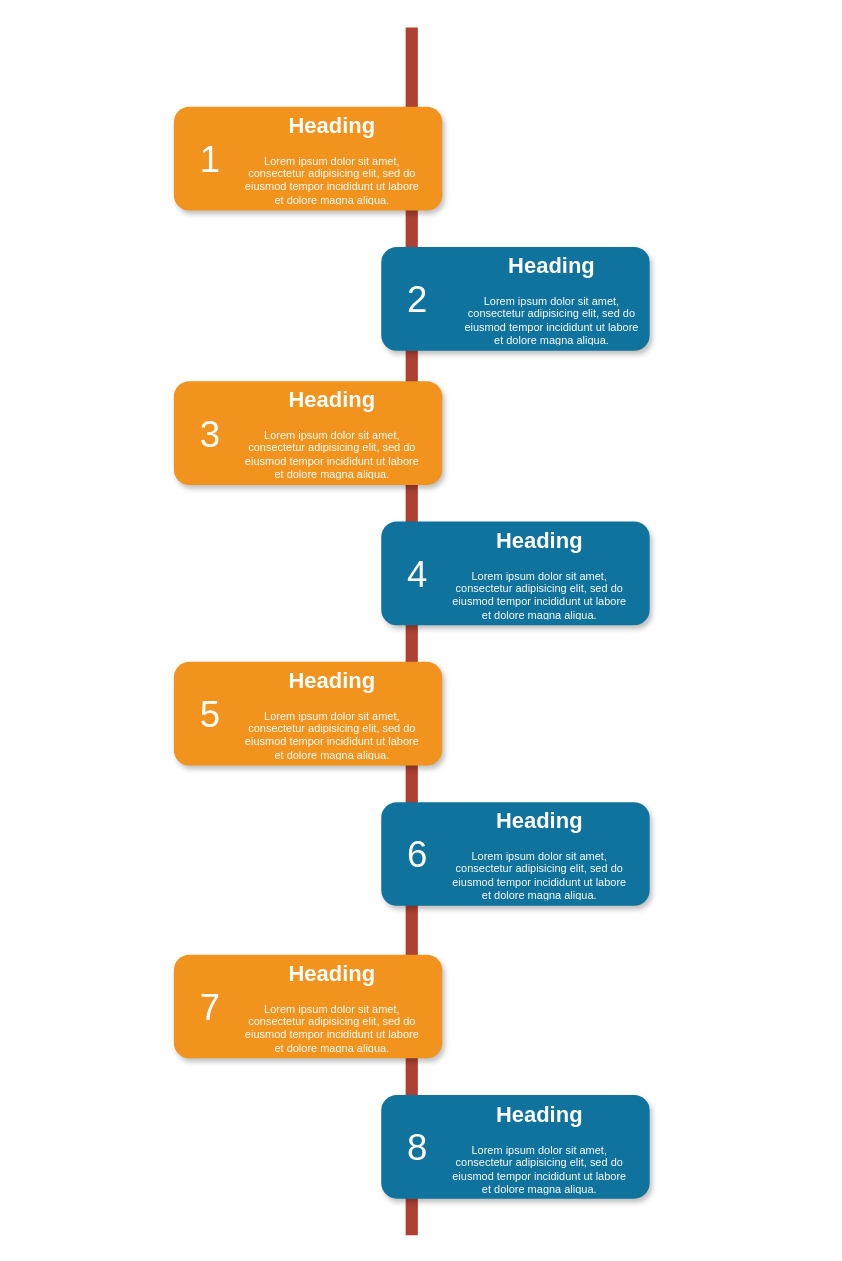
The draw.io diagram Diagrama sin título.drawio in kiloZ333/kiloZ333, before the edit. Source tidied: cells renumbered, new cells numbered last; positions are measured from the earlier drawing's top-left corner, leaving out a move shared by most shapes. Both pictures are drawn from the tidied source at 122%, with x=0, y=0 at pixel (173, 27).
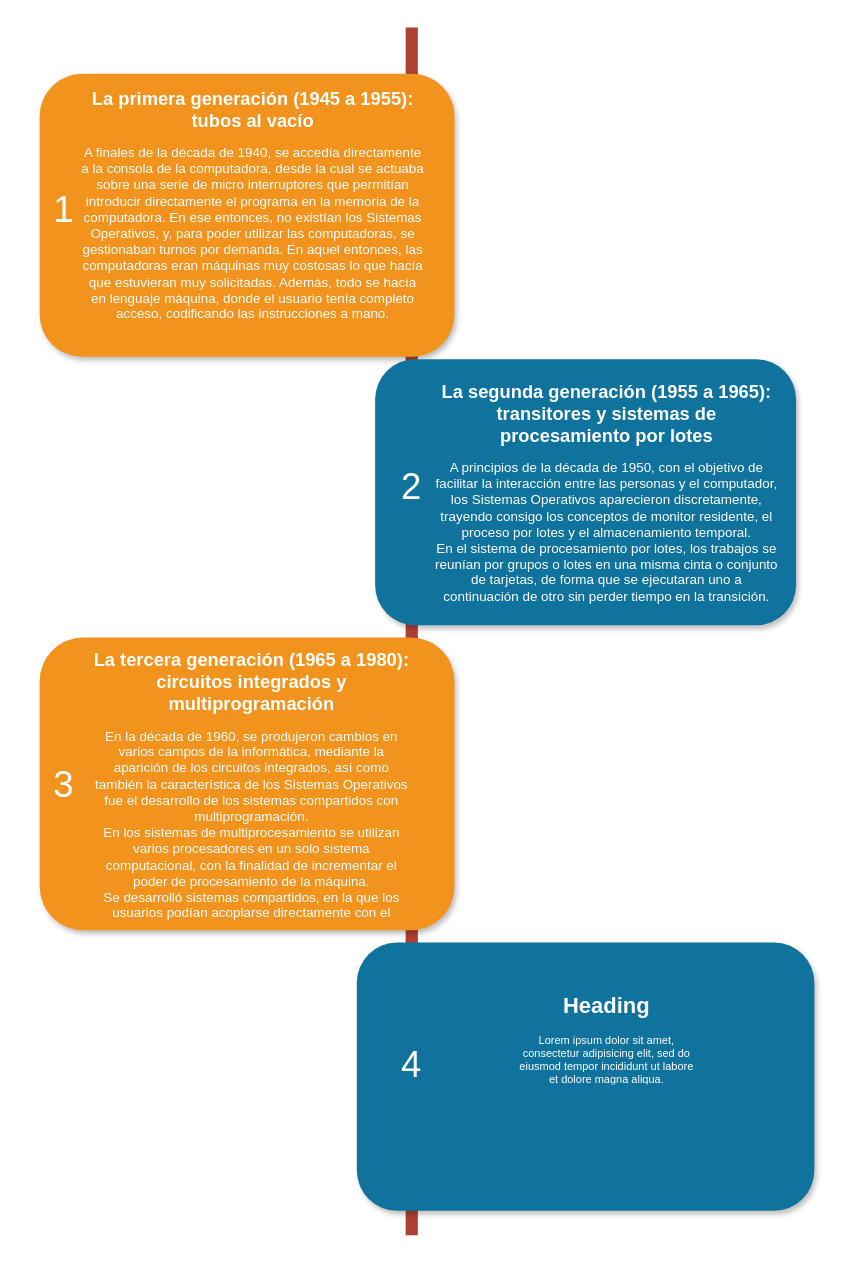
Above is the later version.

Diff of the diagram source:
```diff
@@
     <mxCell id="3" style="rounded=1;whiteSpace=wrap;html=1;strokeColor=none;strokeWidth=1;fillColor=#F2931E;fontSize=13;fontColor=#FFFFFF;align=center;gradientColor=none;gradientDirection=east;verticalAlign=top;shadow=1;" parent="1" vertex="1">
-      <mxGeometry y="65" width="220" height="85" as="geometry" />
+      <mxGeometry x="-110" y="38" width="340" height="232" as="geometry" />
     </mxCell>
     <mxCell id="4" value="1" style="text;html=1;strokeColor=none;fillColor=none;align=center;verticalAlign=middle;whiteSpace=wrap;fontSize=30;fontColor=#FFFFFF;" parent="1" vertex="1">
-      <mxGeometry x="10" y="98" width="40" height="20" as="geometry" />
+      <mxGeometry x="-110" y="139" width="40" height="20" as="geometry" />
     </mxCell>
     <mxCell id="5" style="rounded=1;whiteSpace=wrap;html=1;strokeColor=none;strokeWidth=1;fillColor=#10739E;fontSize=13;fontColor=#FFFFFF;align=center;gradientColor=none;gradientDirection=east;verticalAlign=top;shadow=1;" parent="1" vertex="1">
-      <mxGeometry x="170" y="180" width="220" height="85" as="geometry" />
+      <mxGeometry x="165" y="272" width="345" height="218" as="geometry" />
     </mxCell>
     <mxCell id="6" value="2" style="text;html=1;strokeColor=none;fillColor=none;align=center;verticalAlign=middle;whiteSpace=wrap;fontSize=30;fontColor=#FFFFFF;" parent="1" vertex="1">
-      <mxGeometry x="180" y="213" width="40" height="20" as="geometry" />
+      <mxGeometry x="175" y="366" width="40" height="20" as="geometry" />
     </mxCell>
     <mxCell id="7" style="rounded=1;whiteSpace=wrap;html=1;strokeColor=none;strokeWidth=1;fillColor=#F2931E;fontSize=13;fontColor=#FFFFFF;align=center;gradientColor=none;gradientDirection=east;verticalAlign=top;shadow=1;" parent="1" vertex="1">
-      <mxGeometry y="290" width="220" height="85" as="geometry" />
+      <mxGeometry x="-110" y="500" width="340" height="240" as="geometry" />
     </mxCell>
     <mxCell id="8" value="3" style="text;html=1;strokeColor=none;fillColor=none;align=center;verticalAlign=middle;whiteSpace=wrap;fontSize=30;fontColor=#FFFFFF;" parent="1" vertex="1">
-      <mxGeometry x="10" y="323" width="40" height="20" as="geometry" />
+      <mxGeometry x="-125" y="587.5" width="70" height="65" as="geometry" />
     </mxCell>
     <mxCell id="9" style="rounded=1;whiteSpace=wrap;html=1;strokeColor=none;strokeWidth=1;fillColor=#10739E;fontSize=13;fontColor=#FFFFFF;align=center;gradientColor=none;gradientDirection=east;verticalAlign=top;shadow=1;" parent="1" vertex="1">
-      <mxGeometry x="170" y="405" width="220" height="85" as="geometry" />
+      <mxGeometry x="150" y="750" width="375" height="220" as="geometry" />
     </mxCell>
     <mxCell id="10" value="4" style="text;html=1;strokeColor=none;fillColor=none;align=center;verticalAlign=middle;whiteSpace=wrap;fontSize=30;fontColor=#FFFFFF;" parent="1" vertex="1">
-      <mxGeometry x="180" y="438" width="40" height="20" as="geometry" />
+      <mxGeometry x="175" y="840" width="40" height="20" as="geometry" />
     </mxCell>
-    <mxCell id="11" style="rounded=1;whiteSpace=wrap;html=1;strokeColor=none;strokeWidth=1;fillColor=#F2931E;fontSize=13;fontColor=#FFFFFF;align=center;gradientColor=none;gradientDirection=east;verticalAlign=top;shadow=1;" parent="1" vertex="1">
-      <mxGeometry y="520" width="220" height="85" as="geometry" />
-    </mxCell>
-    <mxCell id="12" value="5" style="text;html=1;strokeColor=none;fillColor=none;align=center;verticalAlign=middle;whiteSpace=wrap;fontSize=30;fontColor=#FFFFFF;" parent="1" vertex="1">
-      <mxGeometry x="10" y="553" width="40" height="20" as="geometry" />
-    </mxCell>
-    <mxCell id="13" style="rounded=1;whiteSpace=wrap;html=1;strokeColor=none;strokeWidth=1;fillColor=#10739E;fontSize=13;fontColor=#FFFFFF;align=center;gradientColor=none;gradientDirection=east;verticalAlign=top;shadow=1;" parent="1" vertex="1">
-      <mxGeometry x="170" y="635" width="220" height="85" as="geometry" />
-    </mxCell>
-    <mxCell id="14" value="6" style="text;html=1;strokeColor=none;fillColor=none;align=center;verticalAlign=middle;whiteSpace=wrap;fontSize=30;fontColor=#FFFFFF;" parent="1" vertex="1">
-      <mxGeometry x="180" y="668" width="40" height="20" as="geometry" />
-    </mxCell>
-    <mxCell id="15" style="rounded=1;whiteSpace=wrap;html=1;strokeColor=none;strokeWidth=1;fillColor=#F2931E;fontSize=13;fontColor=#FFFFFF;align=center;gradientColor=none;gradientDirection=east;verticalAlign=top;shadow=1;" parent="1" vertex="1">
-      <mxGeometry y="760" width="220" height="85" as="geometry" />
-    </mxCell>
@@
-    <mxCell id="17" style="rounded=1;whiteSpace=wrap;html=1;strokeColor=none;strokeWidth=1;fillColor=#10739E;fontSize=13;fontColor=#FFFFFF;align=center;gradientColor=none;gradientDirection=east;verticalAlign=top;shadow=1;" parent="1" vertex="1">
-      <mxGeometry x="170" y="875" width="220" height="85" as="geometry" />
-    </mxCell>
-    <mxCell id="18" value="8" style="text;html=1;strokeColor=none;fillColor=none;align=center;verticalAlign=middle;whiteSpace=wrap;fontSize=30;fontColor=#FFFFFF;" parent="1" vertex="1">
-      <mxGeometry x="180" y="908" width="40" height="20" as="geometry" />
-    </mxCell>
-    <mxCell id="19" value="&lt;h1&gt;Heading&lt;/h1&gt;&lt;p&gt;Lorem ipsum dolor sit amet, consectetur adipisicing elit, sed do eiusmod tempor incididunt ut labore et dolore magna aliqua.&lt;/p&gt;" style="text;html=1;spacing=5;spacingTop=-20;whiteSpace=wrap;overflow=hidden;strokeColor=none;strokeWidth=4;fillColor=none;gradientColor=#007FFF;fontSize=9;fontColor=#FFFFFF;align=center;" parent="1" vertex="1">
-      <mxGeometry x="50" y="69" width="160" height="77" as="geometry" />
+    <mxCell id="19" value="&lt;h1 style=&quot;font-size: 15px;&quot;&gt;&lt;font style=&quot;font-size: 15px;&quot;&gt;La primera generación (1945 a 1955): tubos al vacío&lt;br&gt;&lt;/font&gt;&lt;/h1&gt;&lt;p style=&quot;font-size: 11px;&quot;&gt;A finales de la década de 1940, se accedía directamente a la consola de la computadora, desde la cual se actuaba sobre una serie de micro interruptores que permitían introducir directamente el programa en la memoria de la computadora. En ese entonces, no existían los Sistemas Operativos, y, para poder utilizar las computadoras, se gestionaban turnos por demanda. En aquel entonces, las computadoras eran máquinas muy costosas lo que hacía que estuvieran muy solicitadas. Además, todo se hacía en lenguaje máquina, donde el usuario tenía completo acceso, codificando las instrucciones a mano. &lt;br&gt;&lt;/p&gt;" style="text;html=1;spacing=5;spacingTop=-20;whiteSpace=wrap;overflow=hidden;strokeColor=none;strokeWidth=4;fillColor=none;gradientColor=#007FFF;fontSize=9;fontColor=#FFFFFF;align=center;" parent="1" vertex="1">
+      <mxGeometry x="-80" y="50" width="290" height="220" as="geometry" />
     </mxCell>
-    <mxCell id="20" value="&lt;h1&gt;Heading&lt;/h1&gt;&lt;p&gt;Lorem ipsum dolor sit amet, consectetur adipisicing elit, sed do eiusmod tempor incididunt ut labore et dolore magna aliqua.&lt;/p&gt;" style="text;html=1;spacing=5;spacingTop=-20;whiteSpace=wrap;overflow=hidden;strokeColor=none;strokeWidth=4;fillColor=none;gradientColor=#007FFF;fontSize=9;fontColor=#FFFFFF;align=center;" parent="1" vertex="1">
-      <mxGeometry x="230" y="184" width="160" height="77" as="geometry" />
+    <mxCell id="20" value="&lt;h1 style=&quot;font-size: 15px;&quot;&gt;La segunda generación (1955 a 1965): transitores y sistemas de procesamiento por lotes&lt;br&gt;&lt;/h1&gt;&lt;p style=&quot;font-size: 11px;&quot;&gt;A principios de la década de 1950, con el objetivo de facilitar la interacción entre las personas y el computador, los Sistemas Operativos aparecieron discretamente, trayendo consigo los conceptos de monitor residente, el proceso por lotes y el almacenamiento temporal. &lt;br&gt;En el sistema de procesamiento por lotes, los trabajos se reunían por grupos o lotes en una misma cinta o conjunto de tarjetas, de forma que se ejecutaran uno a continuación de otro sin perder tiempo en la transición.&lt;br&gt;&lt;br&gt;&lt;/p&gt;" style="text;html=1;spacing=5;spacingTop=-20;whiteSpace=wrap;overflow=hidden;strokeColor=none;strokeWidth=4;fillColor=none;gradientColor=#007FFF;fontSize=9;fontColor=#FFFFFF;align=center;" parent="1" vertex="1">
+      <mxGeometry x="210" y="290" width="290" height="200" as="geometry" />
     </mxCell>
-    <mxCell id="21" value="&lt;h1&gt;Heading&lt;/h1&gt;&lt;p&gt;Lorem ipsum dolor sit amet, consectetur adipisicing elit, sed do eiusmod tempor incididunt ut labore et dolore magna aliqua.&lt;/p&gt;" style="text;html=1;spacing=5;spacingTop=-20;whiteSpace=wrap;overflow=hidden;strokeColor=none;strokeWidth=4;fillColor=none;gradientColor=#007FFF;fontSize=9;fontColor=#FFFFFF;align=center;" parent="1" vertex="1">
-      <mxGeometry x="50" y="294" width="160" height="77" as="geometry" />
+    <mxCell id="21" value="&lt;h1 style=&quot;font-size: 15px;&quot;&gt;La tercera generación (1965 a 1980): circuitos integrados y multiprogramación&lt;br&gt;&lt;/h1&gt;&lt;p style=&quot;font-size: 11px;&quot;&gt;En la década de 1960, se produjeron cambios en varios campos de la informática, mediante la aparición de los circuitos integrados, así como también la característica de los Sistemas Operativos fue el desarrollo de los sistemas compartidos con multiprogramación. &lt;br&gt;En los sistemas de multiprocesamiento se utilizan varios procesadores en un solo sistema computacional, con la finalidad de incrementar el poder de procesamiento de la máquina. &lt;br&gt;Se desarrolló sistemas compartidos, en la que los usuarios podían acoplarse directamente con el &lt;br&gt;&lt;br&gt;&lt;/p&gt;" style="text;html=1;spacing=5;spacingTop=-20;whiteSpace=wrap;overflow=hidden;strokeColor=none;strokeWidth=4;fillColor=none;gradientColor=#007FFF;fontSize=9;fontColor=#FFFFFF;align=center;" parent="1" vertex="1">
+      <mxGeometry x="-71.9" y="510" width="271.9" height="230" as="geometry" />
     </mxCell>
     <mxCell id="22" value="&lt;h1&gt;Heading&lt;/h1&gt;&lt;p&gt;Lorem ipsum dolor sit amet, consectetur adipisicing elit, sed do eiusmod tempor incididunt ut labore et dolore magna aliqua.&lt;/p&gt;" style="text;html=1;spacing=5;spacingTop=-20;whiteSpace=wrap;overflow=hidden;strokeColor=none;strokeWidth=4;fillColor=none;gradientColor=#007FFF;fontSize=9;fontColor=#FFFFFF;align=center;" parent="1" vertex="1">
-      <mxGeometry x="220" y="409" width="160" height="77" as="geometry" />
+      <mxGeometry x="275" y="790" width="160" height="77" as="geometry" />
     </mxCell>
-    <mxCell id="23" value="&lt;h1&gt;Heading&lt;/h1&gt;&lt;p&gt;Lorem ipsum dolor sit amet, consectetur adipisicing elit, sed do eiusmod tempor incididunt ut labore et dolore magna aliqua.&lt;/p&gt;" style="text;html=1;spacing=5;spacingTop=-20;whiteSpace=wrap;overflow=hidden;strokeColor=none;strokeWidth=4;fillColor=none;gradientColor=#007FFF;fontSize=9;fontColor=#FFFFFF;align=center;" parent="1" vertex="1">
-      <mxGeometry x="50" y="524" width="160" height="77" as="geometry" />
-    </mxCell>
-    <mxCell id="24" value="&lt;h1&gt;Heading&lt;/h1&gt;&lt;p&gt;Lorem ipsum dolor sit amet, consectetur adipisicing elit, sed do eiusmod tempor incididunt ut labore et dolore magna aliqua.&lt;/p&gt;" style="text;html=1;spacing=5;spacingTop=-20;whiteSpace=wrap;overflow=hidden;strokeColor=none;strokeWidth=4;fillColor=none;gradientColor=#007FFF;fontSize=9;fontColor=#FFFFFF;align=center;" parent="1" vertex="1">
-      <mxGeometry x="220" y="639" width="160" height="77" as="geometry" />
-    </mxCell>
-    <mxCell id="25" value="&lt;h1&gt;Heading&lt;/h1&gt;&lt;p&gt;Lorem ipsum dolor sit amet, consectetur adipisicing elit, sed do eiusmod tempor incididunt ut labore et dolore magna aliqua.&lt;/p&gt;" style="text;html=1;spacing=5;spacingTop=-20;whiteSpace=wrap;overflow=hidden;strokeColor=none;strokeWidth=4;fillColor=none;gradientColor=#007FFF;fontSize=9;fontColor=#FFFFFF;align=center;" parent="1" vertex="1">
-      <mxGeometry x="50" y="764" width="160" height="77" as="geometry" />
-    </mxCell>
-    <mxCell id="26" value="&lt;h1&gt;Heading&lt;/h1&gt;&lt;p&gt;Lorem ipsum dolor sit amet, consectetur adipisicing elit, sed do eiusmod tempor incididunt ut labore et dolore magna aliqua.&lt;/p&gt;" style="text;html=1;spacing=5;spacingTop=-20;whiteSpace=wrap;overflow=hidden;strokeColor=none;strokeWidth=4;fillColor=none;gradientColor=#007FFF;fontSize=9;fontColor=#FFFFFF;align=center;" parent="1" vertex="1">
-      <mxGeometry x="220" y="880" width="160" height="77" as="geometry" />
-    </mxCell>
```
